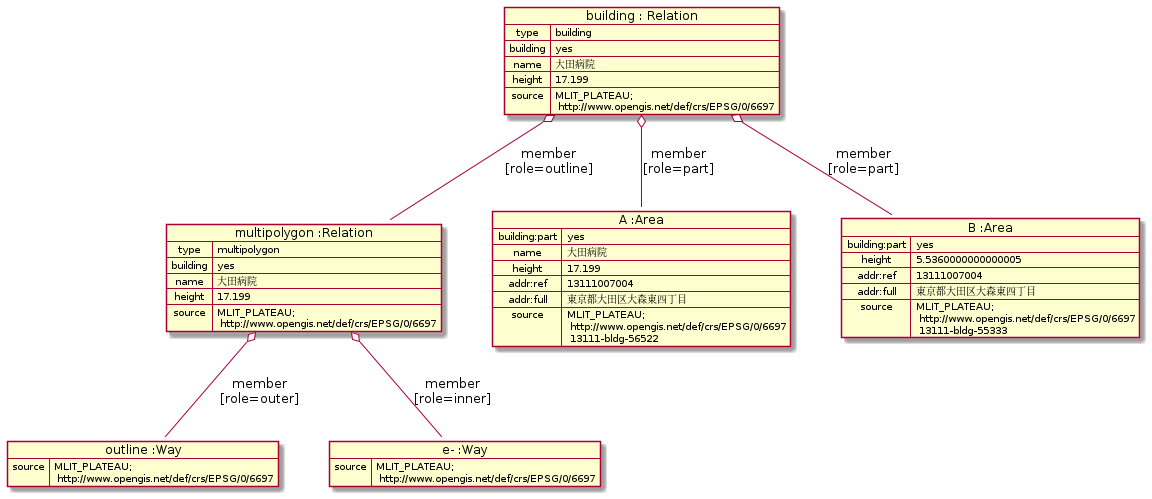
This is doc/building/sample-e/sample-e-osm.pu.png from yuuhayashi/citygml-osm, a PlantUML export, as it was before one commit.
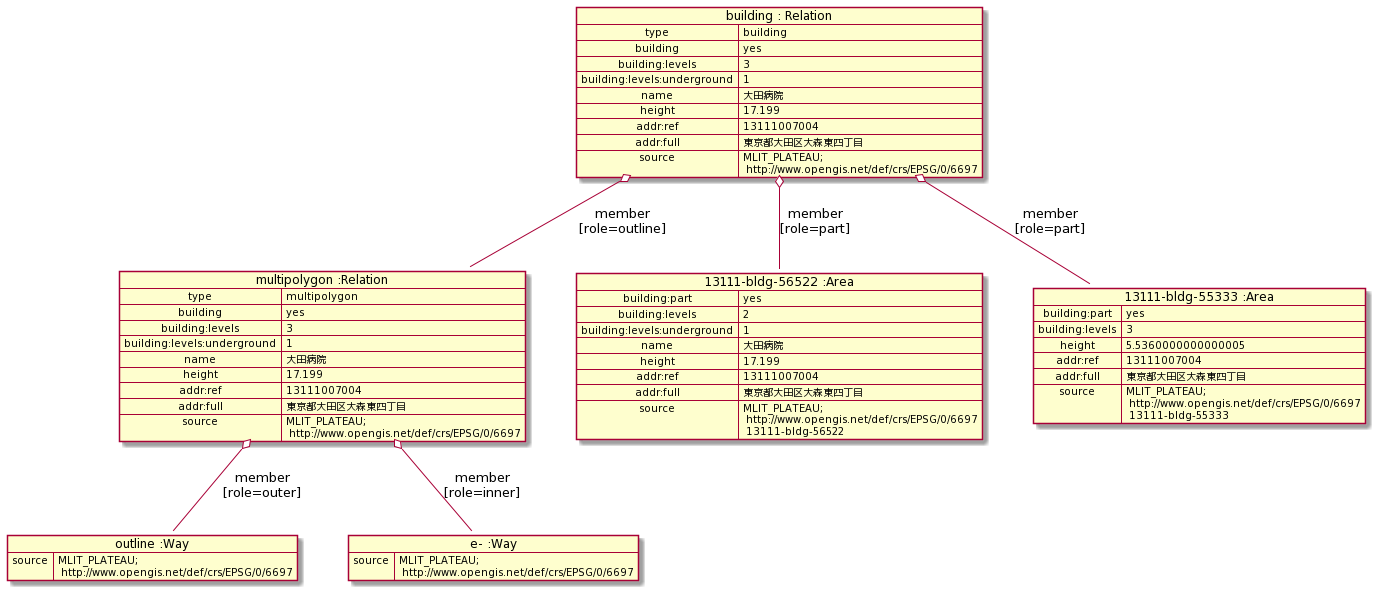
After the change.

Diff of the diagram source:
```diff
@@ -2,16 +2,24 @@
 map "building : Relation" as building {
  type => building
  building => yes
+ building:levels => 3
+ building:levels:underground => 1
  name => 大田病院
  height => 17.199
+ addr:ref => 13111007004
+ addr:full => 東京都大田区大森東四丁目
  source => MLIT_PLATEAU;\n http://www.opengis.net/def/crs/EPSG/0/6697
 }
 
 map "multipolygon :Relation" as multipolygon {
  type => multipolygon
  building => yes
+ building:levels => 3
+ building:levels:underground => 1
  name => 大田病院
  height => 17.199
+ addr:ref => 13111007004
+ addr:full => 東京都大田区大森東四丁目
  source => MLIT_PLATEAU;\n http://www.opengis.net/def/crs/EPSG/0/6697
 }
 
@@ -23,16 +31,19 @@
  source => MLIT_PLATEAU;\n http://www.opengis.net/def/crs/EPSG/0/6697
 }
 
-map "A :Area" as A {
+map "13111-bldg-56522 :Area" as A {
  building:part => yes
+ building:levels => 2
+ building:levels:underground => 1
  name => 大田病院
  height => 17.199
  addr:ref => 13111007004
  addr:full => 東京都大田区大森東四丁目
  source => MLIT_PLATEAU;\n http://www.opengis.net/def/crs/EPSG/0/6697\n 13111-bldg-56522
 }
-map "B :Area" as B {
+map "13111-bldg-55333 :Area" as B {
  building:part => yes
+ building:levels => 3
  height => 5.5360000000000005
  addr:ref => 13111007004
  addr:full => 東京都大田区大森東四丁目
```
